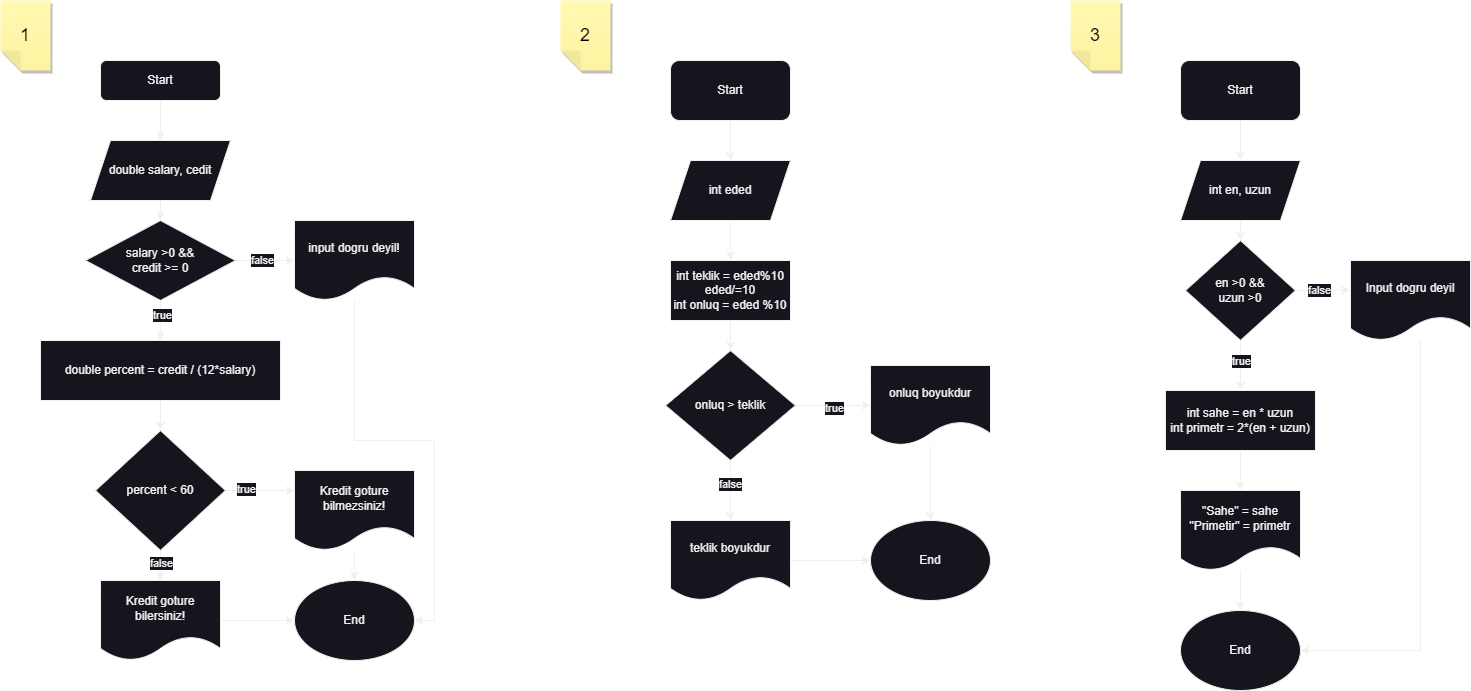
Before: Task1/Task 1.png, a diagram exported from draw.io (Rako024/BB207). Source tidied: cells renumbered, new cells last; positions are measured from the earlier drawing's top-left corner, leaving out a move shared by most shapes. Source of this version:
```xml
<mxGraphModel>
  <root>
    <mxCell id="0" />
    <mxCell id="1" parent="0" />
    <mxCell id="2" style="edgeStyle=orthogonalEdgeStyle;rounded=0;jettySize=auto;html=1;entryX=0.5;entryY=0;entryDx=0;entryDy=0;" parent="1" edge="1" source="3" target="5">
      <mxGeometry relative="1" as="geometry" />
    </mxCell>
    <mxCell id="3" value="Start" style="rounded=1;whiteSpace=wrap;html=1;fontSize=12;glass=0;strokeWidth=1;shadow=0;" parent="1" vertex="1">
      <mxGeometry x="100" y="60" width="120" height="40" as="geometry" />
    </mxCell>
    <mxCell id="4" style="edgeStyle=orthogonalEdgeStyle;rounded=0;jettySize=auto;html=1;" parent="1" edge="1" source="5" target="25">
      <mxGeometry relative="1" as="geometry" />
    </mxCell>
    <mxCell id="5" value="double salary, cedit" style="shape=parallelogram;perimeter=parallelogramPerimeter;whiteSpace=wrap;html=1;fixedSize=1;" parent="1" vertex="1">
      <mxGeometry x="90" y="140" width="140" height="60" as="geometry" />
    </mxCell>
    <mxCell id="6" style="edgeStyle=orthogonalEdgeStyle;rounded=0;jettySize=auto;html=1;" parent="1" edge="1" source="7" target="12">
      <mxGeometry relative="1" as="geometry" />
    </mxCell>
    <mxCell id="7" value="double percent = credit / (12*salary)" style="rounded=0;whiteSpace=wrap;html=1;" parent="1" vertex="1">
      <mxGeometry x="40" y="340" width="240" height="60" as="geometry" />
    </mxCell>
    <mxCell id="8" style="edgeStyle=orthogonalEdgeStyle;rounded=0;jettySize=auto;html=1;entryX=0;entryY=0.25;entryDx=0;entryDy=0;" parent="1" edge="1" source="12" target="14">
      <mxGeometry relative="1" as="geometry" />
    </mxCell>
    <mxCell id="9" value="true" style="edgeLabel;html=1;align=center;verticalAlign=middle;" parent="8" vertex="1">
      <mxGeometry x="-0.41" y="2" relative="1" as="geometry" />
    </mxCell>
    <mxCell id="10" style="edgeStyle=orthogonalEdgeStyle;rounded=0;jettySize=auto;html=1;" parent="1" edge="1" source="12" target="16">
      <mxGeometry relative="1" as="geometry" />
    </mxCell>
    <mxCell id="11" value="false" style="edgeLabel;html=1;align=center;verticalAlign=middle;" parent="10" vertex="1">
      <mxGeometry x="0.26" relative="1" as="geometry" />
    </mxCell>
    <mxCell id="12" value="percent &amp;lt; 60" style="rhombus;whiteSpace=wrap;html=1;" parent="1" vertex="1">
      <mxGeometry x="95" y="430" width="130" height="120" as="geometry" />
    </mxCell>
    <mxCell id="13" style="edgeStyle=orthogonalEdgeStyle;rounded=0;jettySize=auto;html=1;" parent="1" edge="1" source="14" target="17">
      <mxGeometry relative="1" as="geometry" />
    </mxCell>
    <mxCell id="14" value="Kredit goture bilmezsiniz!" style="shape=document;whiteSpace=wrap;html=1;boundedLbl=1;" parent="1" vertex="1">
      <mxGeometry x="294" y="470" width="120" height="80" as="geometry" />
    </mxCell>
    <mxCell id="15" style="edgeStyle=orthogonalEdgeStyle;rounded=0;jettySize=auto;html=1;" parent="1" edge="1" source="16" target="17">
      <mxGeometry relative="1" as="geometry" />
    </mxCell>
    <mxCell id="16" value="Kredit goture bilersiniz!" style="shape=document;whiteSpace=wrap;html=1;boundedLbl=1;" parent="1" vertex="1">
      <mxGeometry x="100" y="580" width="120" height="80" as="geometry" />
    </mxCell>
    <mxCell id="17" value="End" style="ellipse;whiteSpace=wrap;html=1;" parent="1" vertex="1">
      <mxGeometry x="294" y="580" width="120" height="80" as="geometry" />
    </mxCell>
    <mxCell id="18" value="&lt;font style=&quot;font-size: 18px;&quot;&gt;1&lt;/font&gt;" style="shape=note;whiteSpace=wrap;html=1;backgroundOutline=1;fontColor=#000000;darkOpacity=0.05;fillColor=#FFF9B2;strokeColor=none;fillStyle=solid;direction=west;gradientDirection=north;gradientColor=#FFF2A1;shadow=1;size=20;" parent="1" vertex="1">
      <mxGeometry width="50" height="70" as="geometry" />
    </mxCell>
    <mxCell id="19" style="edgeStyle=orthogonalEdgeStyle;rounded=0;jettySize=auto;html=1;entryX=0.5;entryY=0;entryDx=0;entryDy=0;" parent="1" edge="1" source="20" target="29">
      <mxGeometry relative="1" as="geometry" />
    </mxCell>
    <mxCell id="20" value="Start" style="rounded=1;whiteSpace=wrap;html=1;" parent="1" vertex="1">
      <mxGeometry x="670" y="60" width="120" height="60" as="geometry" />
    </mxCell>
    <mxCell id="21" style="edgeStyle=orthogonalEdgeStyle;rounded=0;jettySize=auto;html=1;entryX=0.5;entryY=0;entryDx=0;entryDy=0;" parent="1" edge="1" source="25" target="7">
      <mxGeometry relative="1" as="geometry" />
    </mxCell>
    <mxCell id="22" value="true" style="edgeLabel;html=1;align=center;verticalAlign=middle;" parent="21" vertex="1">
      <mxGeometry x="-0.28" y="1" relative="1" as="geometry" />
    </mxCell>
    <mxCell id="23" style="edgeStyle=orthogonalEdgeStyle;rounded=0;jettySize=auto;html=1;entryX=0;entryY=0.5;entryDx=0;entryDy=0;" parent="1" edge="1" source="25" target="27">
      <mxGeometry relative="1" as="geometry" />
    </mxCell>
    <mxCell id="24" value="false" style="edgeLabel;html=1;align=center;verticalAlign=middle;" parent="23" vertex="1">
      <mxGeometry x="-0.11" y="1" relative="1" as="geometry" />
    </mxCell>
    <mxCell id="25" value="salary &amp;gt;0 &amp;amp;&amp;amp;&lt;br&gt;credit &amp;gt;= 0" style="rhombus;whiteSpace=wrap;html=1;" parent="1" vertex="1">
      <mxGeometry x="85" y="220" width="150" height="80" as="geometry" />
    </mxCell>
    <mxCell id="26" style="edgeStyle=orthogonalEdgeStyle;rounded=0;jettySize=auto;html=1;entryX=1;entryY=0.5;entryDx=0;entryDy=0;" parent="1" edge="1" source="27" target="17">
      <mxGeometry relative="1" as="geometry" />
    </mxCell>
    <mxCell id="27" value="input dogru deyil!" style="shape=document;whiteSpace=wrap;html=1;boundedLbl=1;" parent="1" vertex="1">
      <mxGeometry x="294" y="220" width="120" height="80" as="geometry" />
    </mxCell>
    <mxCell id="28" style="edgeStyle=orthogonalEdgeStyle;rounded=0;jettySize=auto;html=1;" parent="1" edge="1" source="29" target="31">
      <mxGeometry relative="1" as="geometry" />
    </mxCell>
    <mxCell id="29" value="int eded" style="shape=parallelogram;perimeter=parallelogramPerimeter;whiteSpace=wrap;html=1;fixedSize=1;" parent="1" vertex="1">
      <mxGeometry x="670" y="160" width="120" height="60" as="geometry" />
    </mxCell>
    <mxCell id="30" style="edgeStyle=orthogonalEdgeStyle;rounded=0;jettySize=auto;html=1;entryX=0.5;entryY=0;entryDx=0;entryDy=0;" parent="1" edge="1" source="31" target="36">
      <mxGeometry relative="1" as="geometry" />
    </mxCell>
    <mxCell id="31" value="int teklik = eded%10&lt;br&gt;eded/=10&lt;br&gt;int onluq = eded %10" style="rounded=0;whiteSpace=wrap;html=1;" parent="1" vertex="1">
      <mxGeometry x="670" y="260" width="120" height="60" as="geometry" />
    </mxCell>
    <mxCell id="32" style="edgeStyle=orthogonalEdgeStyle;rounded=0;jettySize=auto;html=1;entryX=0;entryY=0.5;entryDx=0;entryDy=0;" parent="1" edge="1" source="36" target="38">
      <mxGeometry relative="1" as="geometry" />
    </mxCell>
    <mxCell id="33" value="true" style="edgeLabel;html=1;align=center;verticalAlign=middle;" parent="32" vertex="1">
      <mxGeometry y="-2" relative="1" as="geometry" />
    </mxCell>
    <mxCell id="34" style="edgeStyle=orthogonalEdgeStyle;rounded=0;jettySize=auto;html=1;entryX=0.5;entryY=0;entryDx=0;entryDy=0;" parent="1" edge="1" source="36" target="40">
      <mxGeometry relative="1" as="geometry" />
    </mxCell>
    <mxCell id="35" value="false" style="edgeLabel;html=1;align=center;verticalAlign=middle;" parent="34" vertex="1">
      <mxGeometry x="-0.24" y="-1" relative="1" as="geometry" />
    </mxCell>
    <mxCell id="36" value="onluq &amp;gt; teklik" style="rhombus;whiteSpace=wrap;html=1;" parent="1" vertex="1">
      <mxGeometry x="665" y="350" width="130" height="110" as="geometry" />
    </mxCell>
    <mxCell id="37" style="edgeStyle=orthogonalEdgeStyle;rounded=0;jettySize=auto;html=1;entryX=0.5;entryY=0;entryDx=0;entryDy=0;" parent="1" edge="1" source="38" target="49">
      <mxGeometry relative="1" as="geometry" />
    </mxCell>
    <mxCell id="38" value="onluq boyukdur" style="shape=document;whiteSpace=wrap;html=1;boundedLbl=1;" parent="1" vertex="1">
      <mxGeometry x="870" y="365" width="120" height="80" as="geometry" />
    </mxCell>
    <mxCell id="39" style="edgeStyle=orthogonalEdgeStyle;rounded=0;jettySize=auto;html=1;" parent="1" edge="1" source="40" target="49">
      <mxGeometry relative="1" as="geometry" />
    </mxCell>
    <mxCell id="40" value="teklik boyukdur" style="shape=document;whiteSpace=wrap;html=1;boundedLbl=1;" parent="1" vertex="1">
      <mxGeometry x="670" y="520" width="120" height="80" as="geometry" />
    </mxCell>
    <mxCell id="41" value="&lt;font style=&quot;font-size: 18px;&quot;&gt;2&lt;/font&gt;" style="shape=note;whiteSpace=wrap;html=1;backgroundOutline=1;fontColor=#000000;darkOpacity=0.05;fillColor=#FFF9B2;strokeColor=none;fillStyle=solid;direction=west;gradientDirection=north;gradientColor=#FFF2A1;shadow=1;size=20;" parent="1" vertex="1">
      <mxGeometry x="560" width="50" height="70" as="geometry" />
    </mxCell>
    <mxCell id="42" style="edgeStyle=orthogonalEdgeStyle;rounded=0;jettySize=auto;html=1;entryX=0.5;entryY=0;entryDx=0;entryDy=0;" parent="1" edge="1" source="43" target="45">
      <mxGeometry relative="1" as="geometry" />
    </mxCell>
    <mxCell id="43" value="Start" style="rounded=1;whiteSpace=wrap;html=1;" parent="1" vertex="1">
      <mxGeometry x="1180" y="60" width="120" height="60" as="geometry" />
    </mxCell>
    <mxCell id="44" style="edgeStyle=orthogonalEdgeStyle;rounded=0;jettySize=auto;html=1;" parent="1" edge="1" source="45" target="55">
      <mxGeometry relative="1" as="geometry" />
    </mxCell>
    <mxCell id="45" value="int en, uzun" style="shape=parallelogram;perimeter=parallelogramPerimeter;whiteSpace=wrap;html=1;fixedSize=1;" parent="1" vertex="1">
      <mxGeometry x="1180" y="160" width="120" height="60" as="geometry" />
    </mxCell>
    <mxCell id="46" style="edgeStyle=orthogonalEdgeStyle;rounded=0;jettySize=auto;html=1;entryX=0.5;entryY=0;entryDx=0;entryDy=0;" parent="1" edge="1" source="47" target="51">
      <mxGeometry relative="1" as="geometry" />
    </mxCell>
    <mxCell id="47" value="int sahe = en * uzun&lt;br&gt;int primetr = 2*(en + uzun)" style="rounded=0;whiteSpace=wrap;html=1;" parent="1" vertex="1">
      <mxGeometry x="1165" y="390" width="150" height="60" as="geometry" />
    </mxCell>
    <mxCell id="48" value="&lt;font style=&quot;font-size: 18px;&quot;&gt;3&lt;/font&gt;" style="shape=note;whiteSpace=wrap;html=1;backgroundOutline=1;fontColor=#000000;darkOpacity=0.05;fillColor=#FFF9B2;strokeColor=none;fillStyle=solid;direction=west;gradientDirection=north;gradientColor=#FFF2A1;shadow=1;size=20;" parent="1" vertex="1">
      <mxGeometry x="1070" width="50" height="70" as="geometry" />
    </mxCell>
    <mxCell id="49" value="End" style="ellipse;whiteSpace=wrap;html=1;" parent="1" vertex="1">
      <mxGeometry x="870" y="520" width="120" height="80" as="geometry" />
    </mxCell>
    <mxCell id="50" style="edgeStyle=orthogonalEdgeStyle;rounded=0;jettySize=auto;html=1;" parent="1" edge="1" source="51" target="52">
      <mxGeometry relative="1" as="geometry" />
    </mxCell>
    <mxCell id="51" value="&quot;Sahe&quot; = sahe&lt;br&gt;&quot;Primetir&quot; = primetr" style="shape=document;whiteSpace=wrap;html=1;boundedLbl=1;" parent="1" vertex="1">
      <mxGeometry x="1180" y="490" width="120" height="80" as="geometry" />
    </mxCell>
    <mxCell id="52" value="End" style="ellipse;whiteSpace=wrap;html=1;" parent="1" vertex="1">
      <mxGeometry x="1180" y="610" width="120" height="80" as="geometry" />
    </mxCell>
    <mxCell id="53" style="edgeStyle=orthogonalEdgeStyle;rounded=0;jettySize=auto;html=1;" parent="1" edge="1" source="55" target="47">
      <mxGeometry relative="1" as="geometry" />
    </mxCell>
    <mxCell id="54" value="true" style="edgeLabel;html=1;align=center;verticalAlign=middle;" parent="53" vertex="1">
      <mxGeometry x="-0.22" relative="1" as="geometry" />
    </mxCell>
    <mxCell id="55" value="en &amp;gt;0 &amp;amp;&amp;amp;&lt;br&gt;uzun &amp;gt;0" style="rhombus;whiteSpace=wrap;html=1;" parent="1" vertex="1">
      <mxGeometry x="1185" y="240" width="110" height="100" as="geometry" />
    </mxCell>
    <mxCell id="56" style="edgeStyle=orthogonalEdgeStyle;rounded=0;jettySize=auto;html=1;entryX=1;entryY=0.5;entryDx=0;entryDy=0;" parent="1" edge="1" source="57" target="52">
      <mxGeometry relative="1" as="geometry">
        <Array as="points">
          <mxPoint x="1420" y="650" />
        </Array>
      </mxGeometry>
    </mxCell>
    <mxCell id="57" value="Input dogru deyil" style="shape=document;whiteSpace=wrap;html=1;boundedLbl=1;" parent="1" vertex="1">
      <mxGeometry x="1350" y="260" width="120" height="80" as="geometry" />
    </mxCell>
    <mxCell id="58" style="edgeStyle=orthogonalEdgeStyle;rounded=0;jettySize=auto;html=1;entryX=-0.003;entryY=0.364;entryDx=0;entryDy=0;entryPerimeter=0;" parent="1" edge="1" source="55" target="57">
      <mxGeometry relative="1" as="geometry" />
    </mxCell>
    <mxCell id="59" value="false" style="edgeLabel;html=1;align=center;verticalAlign=middle;" parent="58" vertex="1">
      <mxGeometry x="-0.17" y="1" relative="1" as="geometry" />
    </mxCell>
  </root>
</mxGraphModel>
```
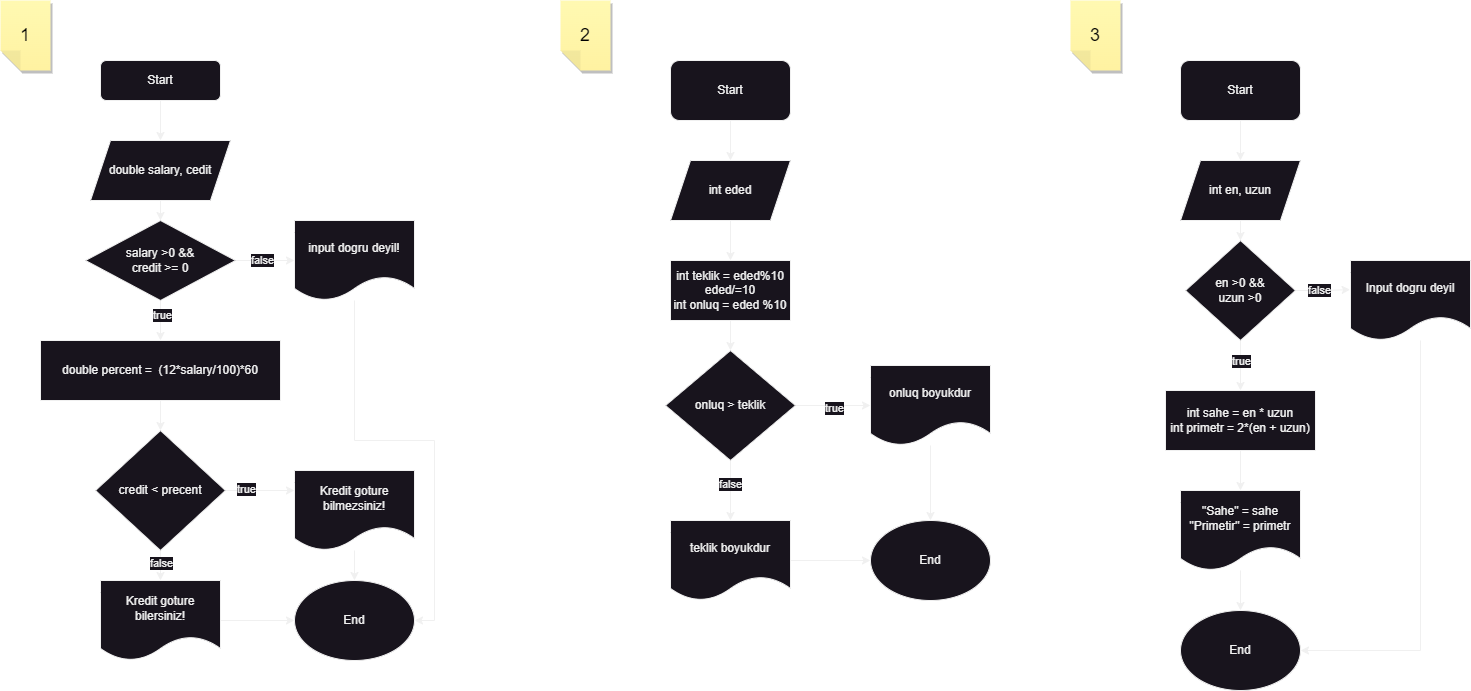
After the commit.

Commit message:
Completed Taks 1

Change to the diagram source:
```diff
@@ -17,7 +17,7 @@
     <mxCell id="6" style="edgeStyle=orthogonalEdgeStyle;rounded=0;jettySize=auto;html=1;" parent="1" edge="1" source="7" target="12">
       <mxGeometry relative="1" as="geometry" />
     </mxCell>
-    <mxCell id="7" value="double percent = credit / (12*salary)" style="rounded=0;whiteSpace=wrap;html=1;" parent="1" vertex="1">
+    <mxCell id="7" value="double percent =&amp;nbsp; (12*salary/100)*60" style="rounded=0;whiteSpace=wrap;html=1;" parent="1" vertex="1">
       <mxGeometry x="40" y="340" width="240" height="60" as="geometry" />
     </mxCell>
     <mxCell id="8" style="edgeStyle=orthogonalEdgeStyle;rounded=0;jettySize=auto;html=1;entryX=0;entryY=0.25;entryDx=0;entryDy=0;" parent="1" edge="1" source="12" target="14">
@@ -32,7 +32,7 @@
     <mxCell id="11" value="false" style="edgeLabel;html=1;align=center;verticalAlign=middle;" parent="10" vertex="1">
       <mxGeometry x="0.26" relative="1" as="geometry" />
     </mxCell>
-    <mxCell id="12" value="percent &amp;lt; 60" style="rhombus;whiteSpace=wrap;html=1;" parent="1" vertex="1">
+    <mxCell id="12" value="credit &amp;lt; precent" style="rhombus;whiteSpace=wrap;html=1;" parent="1" vertex="1">
       <mxGeometry x="95" y="430" width="130" height="120" as="geometry" />
     </mxCell>
     <mxCell id="13" style="edgeStyle=orthogonalEdgeStyle;rounded=0;jettySize=auto;html=1;" parent="1" edge="1" source="14" target="17">
```
